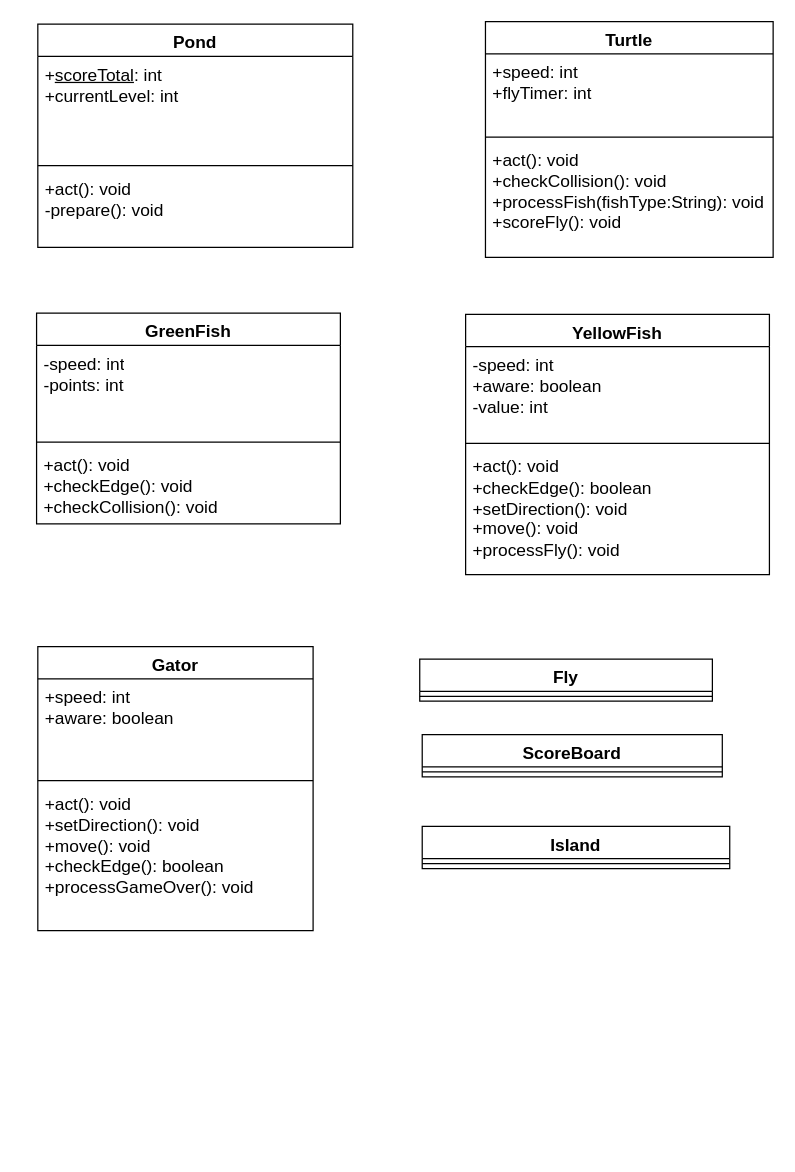
Earlier version of the draw.io diagram PondKingUML.drawio (emint0472/CSC170). Source tidied: cells renumbered, new cells numbered last; positions are measured from the earlier drawing's top-left corner, leaving out a move shared by most shapes. Both pictures are drawn from the tidied source at 124%, with x=0, y=0 at pixel (36, 21).
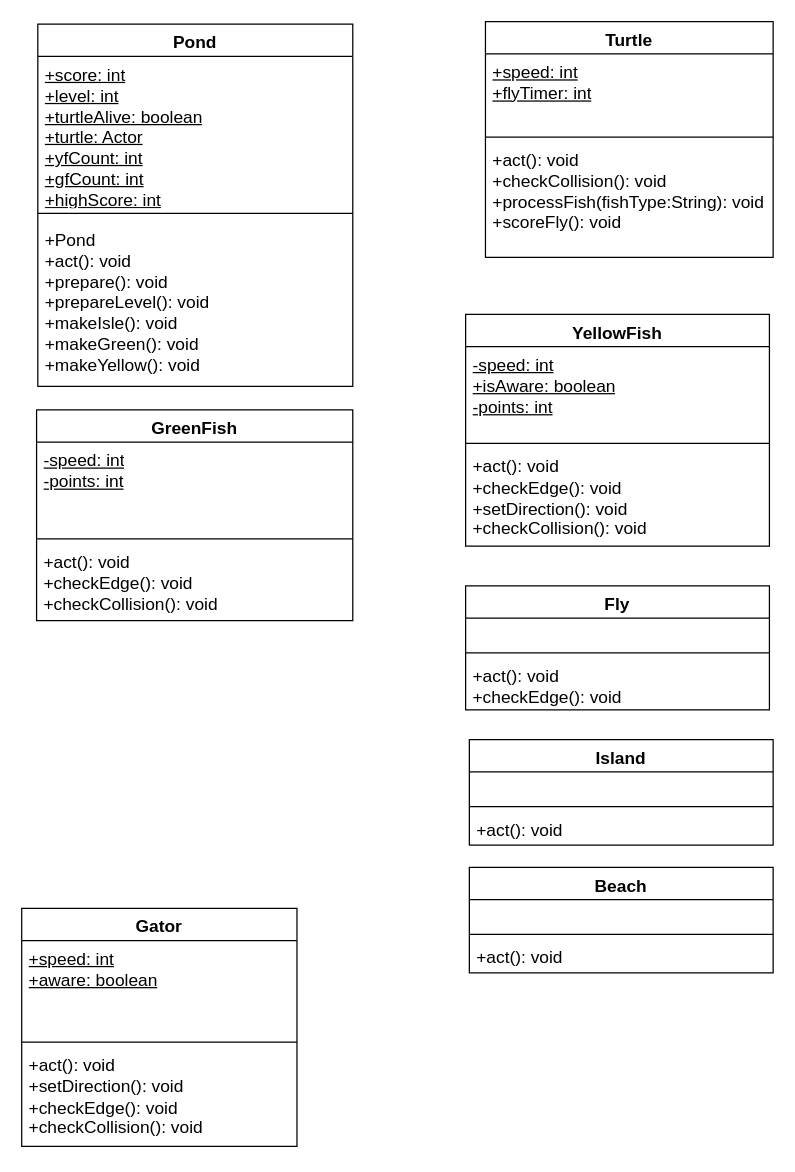
Above is the later version.

The change refers to these unchanged cells:
```xml
<mxCell id="6" value="Turtle" style="swimlane;fontStyle=1;align=center;verticalAlign=top;horizontal=1;startSize=26;whiteSpace=wrap;html=1;fontSize=14;" parent="1" vertex="1">
  <mxGeometry x="362" width="232" height="190" as="geometry" />
</mxCell>
```

Change to the diagram source:
```diff
@@
     <mxCell id="2" value="Pond" style="swimlane;fontStyle=1;align=center;verticalAlign=top;horizontal=1;startSize=26;whiteSpace=wrap;html=1;fontSize=14;" parent="1" vertex="1">
-      <mxGeometry x="1" y="2" width="254" height="180" as="geometry" />
+      <mxGeometry x="1" y="2" width="254" height="292" as="geometry" />
     </mxCell>
-    <mxCell id="3" value="+&lt;u&gt;scoreTotal&lt;/u&gt;: int&lt;div&gt;+currentLevel: int&lt;/div&gt;&lt;div&gt;&lt;br&gt;&lt;/div&gt;" style="text;strokeColor=none;fillColor=none;align=left;verticalAlign=top;spacingLeft=4;spacingRight=4;overflow=hidden;whiteSpace=wrap;html=1;fontSize=14;" parent="2" vertex="1">
-      <mxGeometry y="26" width="254" height="84" as="geometry" />
+    <mxCell id="3" value="&lt;u&gt;+score: int&lt;/u&gt;&lt;div&gt;&lt;u&gt;+level: int&lt;/u&gt;&lt;/div&gt;&lt;div&gt;&lt;u&gt;+turtleAlive: boolean&lt;/u&gt;&lt;/div&gt;&lt;div&gt;&lt;u&gt;+turtle: Actor&lt;/u&gt;&lt;/div&gt;&lt;div&gt;&lt;u&gt;+yfCount: int&lt;/u&gt;&lt;/div&gt;&lt;div&gt;&lt;u&gt;+gfCount: int&lt;/u&gt;&lt;/div&gt;&lt;div&gt;&lt;u&gt;+highScore: int&lt;/u&gt;&lt;/div&gt;&lt;div&gt;&lt;u&gt;&lt;br&gt;&lt;/u&gt;&lt;/div&gt;&lt;div&gt;&lt;u&gt;&lt;br&gt;&lt;/u&gt;&lt;/div&gt;&lt;div&gt;&lt;br&gt;&lt;/div&gt;" style="text;strokeColor=none;fillColor=none;align=left;verticalAlign=top;spacingLeft=4;spacingRight=4;overflow=hidden;whiteSpace=wrap;html=1;fontSize=14;" parent="2" vertex="1">
+      <mxGeometry y="26" width="254" height="120" as="geometry" />
     </mxCell>
     <mxCell id="4" style="line;strokeWidth=1;fillColor=none;align=left;verticalAlign=middle;spacingTop=-1;spacingLeft=3;spacingRight=3;labelPosition=right;strokeColor=inherit;fontSize=14;" parent="2" vertex="1">
-      <mxGeometry y="110" width="254" height="8" as="geometry" />
+      <mxGeometry y="146" width="254" height="13" as="geometry" />
     </mxCell>
-    <mxCell id="5" value="+act(): void&lt;div&gt;-prepare(): void&lt;/div&gt;" style="text;strokeColor=none;fillColor=none;align=left;verticalAlign=top;spacingLeft=4;spacingRight=4;overflow=hidden;whiteSpace=wrap;html=1;fontSize=14;" parent="2" vertex="1">
-      <mxGeometry y="118" width="254" height="62" as="geometry" />
+    <mxCell id="5" value="&lt;div&gt;&lt;div&gt;+Pond&lt;/div&gt;&lt;/div&gt;+act(): void&lt;div&gt;+prepare(): void&lt;/div&gt;&lt;div&gt;+prepareLevel(): void&lt;/div&gt;&lt;div&gt;+makeIsle(): void&lt;/div&gt;&lt;div&gt;+makeGreen(): void&lt;/div&gt;&lt;div&gt;+makeYellow(): void&lt;/div&gt;&lt;div&gt;&lt;br&gt;&lt;/div&gt;&lt;div&gt;&lt;br&gt;&lt;/div&gt;&lt;div&gt;&lt;br&gt;&lt;/div&gt;&lt;div&gt;&lt;br&gt;&lt;/div&gt;&lt;div&gt;&lt;br&gt;&lt;/div&gt;" style="text;strokeColor=none;fillColor=none;align=left;verticalAlign=top;spacingLeft=4;spacingRight=4;overflow=hidden;whiteSpace=wrap;html=1;fontSize=14;" parent="2" vertex="1">
+      <mxGeometry y="159" width="254" height="133" as="geometry" />
     </mxCell>
@@
-    <mxCell id="7" value="+speed: int&lt;div&gt;&lt;div&gt;+flyTimer: int&lt;/div&gt;&lt;div&gt;&lt;br&gt;&lt;/div&gt;&lt;div&gt;&lt;br&gt;&lt;div&gt;&lt;br&gt;&lt;/div&gt;&lt;/div&gt;&lt;/div&gt;" style="text;strokeColor=none;fillColor=none;align=left;verticalAlign=top;spacingLeft=4;spacingRight=4;overflow=hidden;whiteSpace=wrap;html=1;fontSize=14;" parent="6" vertex="1">
+    <mxCell id="7" value="&lt;u&gt;+speed: int&lt;/u&gt;&lt;div&gt;&lt;div&gt;&lt;u&gt;+flyTimer: int&lt;/u&gt;&lt;/div&gt;&lt;div&gt;&lt;u&gt;&lt;br&gt;&lt;/u&gt;&lt;/div&gt;&lt;div&gt;&lt;u&gt;&lt;br&gt;&lt;/u&gt;&lt;div&gt;&lt;br&gt;&lt;/div&gt;&lt;/div&gt;&lt;/div&gt;" style="text;strokeColor=none;fillColor=none;align=left;verticalAlign=top;spacingLeft=4;spacingRight=4;overflow=hidden;whiteSpace=wrap;html=1;fontSize=14;" parent="6" vertex="1">
       <mxGeometry y="26" width="232" height="63" as="geometry" />
     </mxCell>
@@
     <mxCell id="10" value="GreenFish" style="swimlane;fontStyle=1;align=center;verticalAlign=top;horizontal=1;startSize=26;whiteSpace=wrap;html=1;fontSize=14;" parent="1" vertex="1">
-      <mxGeometry y="235" width="245" height="170" as="geometry" />
+      <mxGeometry y="313" width="255" height="170" as="geometry" />
     </mxCell>
-    <mxCell id="11" value="-speed: int&lt;div&gt;&lt;span style=&quot;background-color: transparent; color: light-dark(rgb(0, 0, 0), rgb(255, 255, 255));&quot;&gt;-points: int&lt;/span&gt;&lt;/div&gt;&lt;div&gt;&lt;br&gt;&lt;/div&gt;" style="text;strokeColor=none;fillColor=none;align=left;verticalAlign=top;spacingLeft=4;spacingRight=4;overflow=hidden;whiteSpace=wrap;html=1;fontSize=14;" parent="10" vertex="1">
-      <mxGeometry y="26" width="245" height="74" as="geometry" />
+    <mxCell id="11" value="&lt;u&gt;-speed: int&lt;/u&gt;&lt;div&gt;&lt;span style=&quot;background-color: transparent; color: light-dark(rgb(0, 0, 0), rgb(255, 255, 255));&quot;&gt;&lt;u&gt;-points: int&lt;/u&gt;&lt;/span&gt;&lt;/div&gt;&lt;div&gt;&lt;br&gt;&lt;/div&gt;" style="text;strokeColor=none;fillColor=none;align=left;verticalAlign=top;spacingLeft=4;spacingRight=4;overflow=hidden;whiteSpace=wrap;html=1;fontSize=14;" parent="10" vertex="1">
+      <mxGeometry y="26" width="255" height="74" as="geometry" />
     </mxCell>
     <mxCell id="12" style="line;strokeWidth=1;fillColor=none;align=left;verticalAlign=middle;spacingTop=-1;spacingLeft=3;spacingRight=3;labelPosition=right;strokeColor=inherit;fontSize=14;" parent="10" vertex="1">
-      <mxGeometry y="100" width="245" height="8" as="geometry" />
+      <mxGeometry y="100" width="255" height="8" as="geometry" />
     </mxCell>
     <mxCell id="13" value="+act(): void&lt;div&gt;+checkEdge(): void&lt;/div&gt;&lt;div&gt;+checkCollision(): void&lt;/div&gt;&lt;div&gt;&lt;br&gt;&lt;/div&gt;&lt;div&gt;&lt;br&gt;&lt;/div&gt;" style="text;strokeColor=none;fillColor=none;align=left;verticalAlign=top;spacingLeft=4;spacingRight=4;overflow=hidden;whiteSpace=wrap;html=1;fontSize=14;" parent="10" vertex="1">
-      <mxGeometry y="108" width="245" height="62" as="geometry" />
+      <mxGeometry y="108" width="255" height="62" as="geometry" />
     </mxCell>
     <mxCell id="14" value="YellowFish" style="swimlane;fontStyle=1;align=center;verticalAlign=top;horizontal=1;startSize=26;whiteSpace=wrap;html=1;fontSize=14;" parent="1" vertex="1">
-      <mxGeometry x="346" y="236" width="245" height="210" as="geometry" />
+      <mxGeometry x="346" y="236" width="245" height="187" as="geometry" />
     </mxCell>
-    <mxCell id="15" value="-speed: int&lt;div&gt;+aware: boolean&lt;/div&gt;&lt;div&gt;-value: int&lt;/div&gt;&lt;div&gt;&lt;br&gt;&lt;/div&gt;" style="text;strokeColor=none;fillColor=none;align=left;verticalAlign=top;spacingLeft=4;spacingRight=4;overflow=hidden;whiteSpace=wrap;html=1;fontSize=14;" parent="14" vertex="1">
+    <mxCell id="15" value="&lt;u&gt;-speed: int&lt;/u&gt;&lt;div&gt;&lt;u&gt;+isAware: boolean&lt;/u&gt;&lt;/div&gt;&lt;div&gt;&lt;u&gt;-points: int&lt;/u&gt;&lt;/div&gt;&lt;div&gt;&lt;br&gt;&lt;/div&gt;" style="text;strokeColor=none;fillColor=none;align=left;verticalAlign=top;spacingLeft=4;spacingRight=4;overflow=hidden;whiteSpace=wrap;html=1;fontSize=14;" parent="14" vertex="1">
       <mxGeometry y="26" width="245" height="74" as="geometry" />
     </mxCell>
@@
-    <mxCell id="17" value="+act(): void&lt;div&gt;+checkEdge(): boolean&lt;/div&gt;&lt;div&gt;+setDirection(): void&lt;/div&gt;&lt;div&gt;+move(): void&lt;/div&gt;&lt;div&gt;+processFly(): void&lt;/div&gt;&lt;div&gt;&lt;br&gt;&lt;/div&gt;&lt;div&gt;&lt;br&gt;&lt;/div&gt;" style="text;strokeColor=none;fillColor=none;align=left;verticalAlign=top;spacingLeft=4;spacingRight=4;overflow=hidden;whiteSpace=wrap;html=1;fontSize=14;" parent="14" vertex="1">
-      <mxGeometry y="108" width="245" height="102" as="geometry" />
+    <mxCell id="17" value="+act(): void&lt;div&gt;+checkEdge(): void&lt;/div&gt;&lt;div&gt;+setDirection(): void&lt;/div&gt;&lt;div&gt;+checkCollision(): void&lt;/div&gt;&lt;div&gt;&lt;br&gt;&lt;/div&gt;&lt;div&gt;&lt;br&gt;&lt;/div&gt;" style="text;strokeColor=none;fillColor=none;align=left;verticalAlign=top;spacingLeft=4;spacingRight=4;overflow=hidden;whiteSpace=wrap;html=1;fontSize=14;" parent="14" vertex="1">
+      <mxGeometry y="108" width="245" height="79" as="geometry" />
     </mxCell>
     <mxCell id="18" value="Gator" style="swimlane;fontStyle=1;align=center;verticalAlign=top;horizontal=1;startSize=26;whiteSpace=wrap;html=1;fontSize=14;" parent="1" vertex="1">
-      <mxGeometry x="1" y="504" width="222" height="229" as="geometry" />
+      <mxGeometry x="-12" y="715" width="222" height="192" as="geometry" />
     </mxCell>
-    <mxCell id="19" value="+speed: int&lt;div&gt;+aware: boolean&lt;/div&gt;&lt;div&gt;&lt;br&gt;&lt;/div&gt;" style="text;strokeColor=none;fillColor=none;align=left;verticalAlign=top;spacingLeft=4;spacingRight=4;overflow=hidden;whiteSpace=wrap;html=1;fontSize=14;" parent="18" vertex="1">
+    <mxCell id="19" value="&lt;u&gt;+speed: int&lt;/u&gt;&lt;div&gt;&lt;u&gt;+aware: boolean&lt;/u&gt;&lt;/div&gt;&lt;div&gt;&lt;br&gt;&lt;/div&gt;" style="text;strokeColor=none;fillColor=none;align=left;verticalAlign=top;spacingLeft=4;spacingRight=4;overflow=hidden;whiteSpace=wrap;html=1;fontSize=14;" parent="18" vertex="1">
       <mxGeometry y="26" width="222" height="78" as="geometry" />
     </mxCell>
@@
-    <mxCell id="21" value="+act(): void&lt;div&gt;+setDirection(): void&lt;/div&gt;&lt;div&gt;+move(): void&lt;/div&gt;&lt;div&gt;+checkEdge(): boolean&lt;/div&gt;&lt;div&gt;+processGameOver(): void&lt;/div&gt;&lt;div&gt;&lt;br&gt;&lt;/div&gt;&lt;div&gt;&lt;br&gt;&lt;/div&gt;&lt;div&gt;&lt;br&gt;&lt;/div&gt;&lt;div&gt;&lt;br&gt;&lt;/div&gt;" style="text;strokeColor=none;fillColor=none;align=left;verticalAlign=top;spacingLeft=4;spacingRight=4;overflow=hidden;whiteSpace=wrap;html=1;fontSize=14;" parent="18" vertex="1">
-      <mxGeometry y="112" width="222" height="117" as="geometry" />
+    <mxCell id="21" value="+act(): void&lt;div&gt;+setDirection(): void&lt;/div&gt;&lt;div&gt;+checkEdge(): void&lt;/div&gt;&lt;div&gt;+checkCollision(): void&lt;/div&gt;&lt;div&gt;&lt;br&gt;&lt;/div&gt;&lt;div&gt;&lt;br&gt;&lt;/div&gt;&lt;div&gt;&lt;br&gt;&lt;/div&gt;" style="text;strokeColor=none;fillColor=none;align=left;verticalAlign=top;spacingLeft=4;spacingRight=4;overflow=hidden;whiteSpace=wrap;html=1;fontSize=14;" parent="18" vertex="1">
+      <mxGeometry y="112" width="222" height="80" as="geometry" />
     </mxCell>
     <mxCell id="22" value="Fly" style="swimlane;fontStyle=1;align=center;verticalAlign=top;horizontal=1;startSize=26;whiteSpace=wrap;html=1;fontSize=14;" parent="1" vertex="1">
-      <mxGeometry x="309" y="514" width="236" height="34" as="geometry" />
+      <mxGeometry x="346" y="455" width="245" height="100" as="geometry" />
     </mxCell>
-    <mxCell id="23" style="line;strokeWidth=1;fillColor=none;align=left;verticalAlign=middle;spacingTop=-1;spacingLeft=3;spacingRight=3;labelPosition=right;strokeColor=inherit;fontSize=14;" parent="22" vertex="1">
-      <mxGeometry y="26" width="236" height="8" as="geometry" />
-    </mxCell>
-    <mxCell id="24" value="ScoreBoard" style="swimlane;fontStyle=1;align=center;verticalAlign=top;horizontal=1;startSize=26;whiteSpace=wrap;html=1;fontSize=14;" parent="1" vertex="1">
-      <mxGeometry x="311" y="575" width="242" height="34" as="geometry" />
-    </mxCell>
-    <mxCell id="25" style="line;strokeWidth=1;fillColor=none;align=left;verticalAlign=middle;spacingTop=-1;spacingLeft=3;spacingRight=3;labelPosition=right;strokeColor=inherit;fontSize=14;" parent="24" vertex="1">
-      <mxGeometry y="26" width="242" height="8" as="geometry" />
-    </mxCell>
+    <mxCell id="28" value="&lt;div&gt;&lt;br&gt;&lt;/div&gt;" style="text;strokeColor=none;fillColor=none;align=left;verticalAlign=top;spacingLeft=4;spacingRight=4;overflow=hidden;whiteSpace=wrap;html=1;fontSize=14;" parent="22" vertex="1">
+      <mxGeometry y="26" width="245" height="24" as="geometry" />
+    </mxCell>
+    <mxCell id="29" style="line;strokeWidth=1;fillColor=none;align=left;verticalAlign=middle;spacingTop=-1;spacingLeft=3;spacingRight=3;labelPosition=right;strokeColor=inherit;fontSize=14;" parent="22" vertex="1">
+      <mxGeometry y="50" width="245" height="8" as="geometry" />
+    </mxCell>
+    <mxCell id="30" value="&lt;div&gt;+act(): void&lt;/div&gt;&lt;div&gt;+checkEdge(): void&lt;/div&gt;&lt;div&gt;&lt;br&gt;&lt;/div&gt;&lt;div&gt;&lt;br&gt;&lt;/div&gt;&lt;div&gt;&lt;br&gt;&lt;/div&gt;" style="text;strokeColor=none;fillColor=none;align=left;verticalAlign=top;spacingLeft=4;spacingRight=4;overflow=hidden;whiteSpace=wrap;html=1;fontSize=14;" parent="22" vertex="1">
+      <mxGeometry y="58" width="245" height="42" as="geometry" />
+    </mxCell>
     <mxCell id="26" value="Island" style="swimlane;fontStyle=1;align=center;verticalAlign=top;horizontal=1;startSize=26;whiteSpace=wrap;html=1;fontSize=14;" parent="1" vertex="1">
-      <mxGeometry x="311" y="649" width="248" height="34" as="geometry" />
+      <mxGeometry x="349" y="579" width="245" height="85" as="geometry" />
     </mxCell>
-    <mxCell id="27" style="line;strokeWidth=1;fillColor=none;align=left;verticalAlign=middle;spacingTop=-1;spacingLeft=3;spacingRight=3;labelPosition=right;strokeColor=inherit;fontSize=14;" parent="26" vertex="1">
-      <mxGeometry y="26" width="248" height="8" as="geometry" />
-    </mxCell>
+    <mxCell id="31" value="&lt;div&gt;&lt;br&gt;&lt;/div&gt;" style="text;strokeColor=none;fillColor=none;align=left;verticalAlign=top;spacingLeft=4;spacingRight=4;overflow=hidden;whiteSpace=wrap;html=1;fontSize=14;" parent="26" vertex="1">
+      <mxGeometry y="26" width="245" height="24" as="geometry" />
+    </mxCell>
+    <mxCell id="32" style="line;strokeWidth=1;fillColor=none;align=left;verticalAlign=middle;spacingTop=-1;spacingLeft=3;spacingRight=3;labelPosition=right;strokeColor=inherit;fontSize=14;" parent="26" vertex="1">
+      <mxGeometry y="50" width="245" height="8" as="geometry" />
+    </mxCell>
+    <mxCell id="33" value="&lt;div&gt;+act(): void&lt;/div&gt;&lt;div&gt;&lt;br&gt;&lt;/div&gt;&lt;div&gt;&lt;br&gt;&lt;/div&gt;" style="text;strokeColor=none;fillColor=none;align=left;verticalAlign=top;spacingLeft=4;spacingRight=4;overflow=hidden;whiteSpace=wrap;html=1;fontSize=14;" parent="26" vertex="1">
+      <mxGeometry y="58" width="245" height="27" as="geometry" />
+    </mxCell>
+    <mxCell id="34" value="Beach" style="swimlane;fontStyle=1;align=center;verticalAlign=top;horizontal=1;startSize=26;whiteSpace=wrap;html=1;fontSize=14;" parent="1" vertex="1">
+      <mxGeometry x="349" y="682" width="245" height="85" as="geometry" />
+    </mxCell>
+    <mxCell id="35" value="&lt;div&gt;&lt;br&gt;&lt;/div&gt;" style="text;strokeColor=none;fillColor=none;align=left;verticalAlign=top;spacingLeft=4;spacingRight=4;overflow=hidden;whiteSpace=wrap;html=1;fontSize=14;" parent="34" vertex="1">
+      <mxGeometry y="26" width="245" height="24" as="geometry" />
+    </mxCell>
+    <mxCell id="36" style="line;strokeWidth=1;fillColor=none;align=left;verticalAlign=middle;spacingTop=-1;spacingLeft=3;spacingRight=3;labelPosition=right;strokeColor=inherit;fontSize=14;" parent="34" vertex="1">
+      <mxGeometry y="50" width="245" height="8" as="geometry" />
+    </mxCell>
+    <mxCell id="37" value="&lt;div&gt;+act(): void&lt;/div&gt;&lt;div&gt;&lt;br&gt;&lt;/div&gt;&lt;div&gt;&lt;br&gt;&lt;/div&gt;" style="text;strokeColor=none;fillColor=none;align=left;verticalAlign=top;spacingLeft=4;spacingRight=4;overflow=hidden;whiteSpace=wrap;html=1;fontSize=14;" parent="34" vertex="1">
+      <mxGeometry y="58" width="245" height="27" as="geometry" />
+    </mxCell>
```
